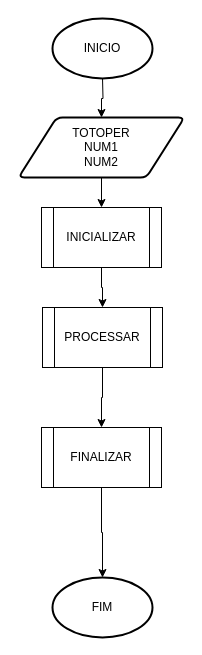
gabriel-carvalhos/fluxogramas-bootcamp-cdb keeps this draw.io diagram as page "INICIO" (1 of 4) of Fluxo_Semana4_01.drawio. Above is the earlier version. Source tidied: cells renumbered, new cells numbered last; positions are measured from the earlier drawing's top-left corner, leaving out a move shared by most shapes. Both pictures are drawn from the tidied source at 100%, with x=0, y=0 at pixel (18, 18).
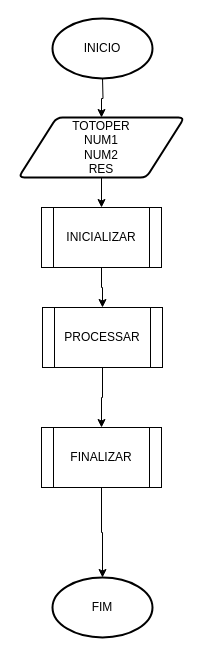
The same diagram, later.

Change to the diagram source:
```diff
@@
 <mxGraphModel>
   <root>
     <mxCell id="0" />
     <mxCell id="1" parent="0" />
     <mxCell id="2" style="edgeStyle=orthogonalEdgeStyle;rounded=0;jettySize=auto;html=1;entryX=0.5;entryY=0;entryDx=0;entryDy=0;" parent="1" edge="1" target="12">
       <mxGeometry relative="1" as="geometry">
         <mxPoint x="84" y="59" as="sourcePoint" />
       </mxGeometry>
     </mxCell>
     <mxCell id="3" value="INICIO" style="strokeWidth=2;html=1;shape=mxgraph.flowchart.start_1;whiteSpace=wrap;" parent="1" vertex="1">
       <mxGeometry x="34" width="100" height="60" as="geometry" />
     </mxCell>
     <mxCell id="4" value="FIM" style="strokeWidth=2;html=1;shape=mxgraph.flowchart.start_1;whiteSpace=wrap;" parent="1" vertex="1">
       <mxGeometry x="34" y="559" width="100" height="60" as="geometry" />
     </mxCell>
     <mxCell id="5" style="edgeStyle=orthogonalEdgeStyle;rounded=0;jettySize=auto;html=1;" parent="1" edge="1" source="6" target="8">
       <mxGeometry relative="1" as="geometry" />
     </mxCell>
     <mxCell id="6" value="INICIALIZAR" style="shape=process;whiteSpace=wrap;html=1;backgroundOutline=1;" parent="1" vertex="1">
       <mxGeometry x="23" y="189" width="120" height="60" as="geometry" />
     </mxCell>
     <mxCell id="7" style="edgeStyle=orthogonalEdgeStyle;rounded=0;jettySize=auto;html=1;" parent="1" edge="1" source="8" target="9">
       <mxGeometry relative="1" as="geometry" />
     </mxCell>
     <mxCell id="8" value="PROCESSAR" style="shape=process;whiteSpace=wrap;html=1;backgroundOutline=1;" parent="1" vertex="1">
       <mxGeometry x="24" y="289" width="120" height="60" as="geometry" />
     </mxCell>
     <mxCell id="9" value="FINALIZAR" style="shape=process;whiteSpace=wrap;html=1;backgroundOutline=1;" parent="1" vertex="1">
       <mxGeometry x="23" y="409" width="120" height="60" as="geometry" />
     </mxCell>
     <mxCell id="10" style="edgeStyle=orthogonalEdgeStyle;rounded=0;jettySize=auto;html=1;entryX=0.5;entryY=0;entryDx=0;entryDy=0;entryPerimeter=0;" parent="1" edge="1" source="9" target="4">
       <mxGeometry relative="1" as="geometry" />
     </mxCell>
     <mxCell id="11" style="edgeStyle=orthogonalEdgeStyle;rounded=0;jettySize=auto;html=1;" parent="1" edge="1" source="12" target="6">
       <mxGeometry relative="1" as="geometry" />
     </mxCell>
-    <mxCell id="12" value="TOTOPER&lt;div&gt;NUM1&lt;/div&gt;&lt;div&gt;NUM2&lt;/div&gt;" style="shape=parallelogram;html=1;strokeWidth=2;perimeter=parallelogramPerimeter;whiteSpace=wrap;rounded=1;arcSize=12;size=0.23;" parent="1" vertex="1">
+    <mxCell id="12" value="TOTOPER&lt;div&gt;NUM1&lt;/div&gt;&lt;div&gt;NUM2&lt;/div&gt;&lt;div&gt;RES&lt;/div&gt;" style="shape=parallelogram;html=1;strokeWidth=2;perimeter=parallelogramPerimeter;whiteSpace=wrap;rounded=1;arcSize=12;size=0.23;" parent="1" vertex="1">
       <mxGeometry y="99" width="166" height="60" as="geometry" />
     </mxCell>
   </root>
 </mxGraphModel>
```
